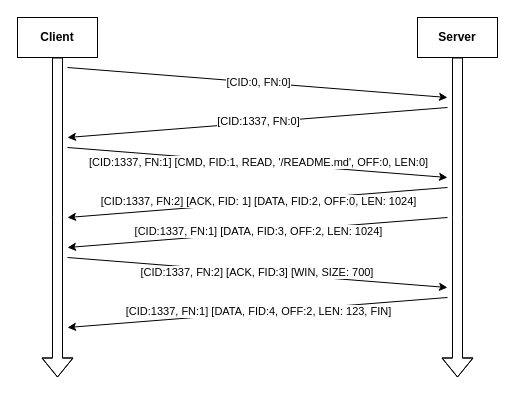
Before: page "Example" (2 of 2) of rft.drawio in gierens/rft, a draw.io diagram. Source tidied: cells renumbered, new cells numbered last; positions are measured from the earlier drawing's top-left corner, leaving out a move shared by most shapes. Both pictures are drawn from the tidied source at 100%, with x=0, y=0 at pixel (17, 17).
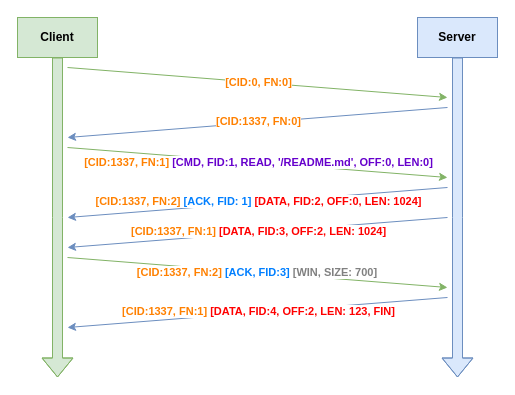
After the change.

Commit message:
feat(drawio): colorize example slide

The edit, as a diff of the source:
```diff
@@
-    <mxCell id="2" style="edgeStyle=orthogonalEdgeStyle;rounded=0;jettySize=auto;html=1;shape=flexArrow;" parent="1" edge="1" source="3">
+    <mxCell id="2" style="edgeStyle=orthogonalEdgeStyle;rounded=0;jettySize=auto;html=1;shape=flexArrow;fillColor=#d5e8d4;strokeColor=#82b366;" parent="1" edge="1" source="3">
       <mxGeometry relative="1" as="geometry">
         <mxPoint x="40" y="360" as="targetPoint" />
       </mxGeometry>
     </mxCell>
-    <mxCell id="3" value="&lt;b&gt;Client&lt;/b&gt;" style="rounded=0;whiteSpace=wrap;html=1;" parent="1" vertex="1">
+    <mxCell id="3" value="&lt;b&gt;Client&lt;/b&gt;" style="rounded=0;whiteSpace=wrap;html=1;fillColor=#d5e8d4;strokeColor=#82b366;" parent="1" vertex="1">
       <mxGeometry width="80" height="40" as="geometry" />
     </mxCell>
-    <mxCell id="4" style="edgeStyle=orthogonalEdgeStyle;rounded=0;jettySize=auto;html=1;shape=flexArrow;" parent="1" edge="1" source="5">
+    <mxCell id="4" style="edgeStyle=orthogonalEdgeStyle;rounded=0;jettySize=auto;html=1;shape=flexArrow;fillColor=#dae8fc;strokeColor=#6c8ebf;" parent="1" edge="1" source="5">
       <mxGeometry relative="1" as="geometry">
         <mxPoint x="440" y="360" as="targetPoint" />
       </mxGeometry>
     </mxCell>
-    <mxCell id="5" value="&lt;b&gt;Server&lt;/b&gt;" style="rounded=0;whiteSpace=wrap;html=1;" parent="1" vertex="1">
+    <mxCell id="5" value="&lt;b&gt;Server&lt;/b&gt;" style="rounded=0;whiteSpace=wrap;html=1;fillColor=#dae8fc;strokeColor=#6c8ebf;" parent="1" vertex="1">
       <mxGeometry x="400" width="80" height="40" as="geometry" />
     </mxCell>
-    <mxCell id="6" style="endArrow=classic;html=1;rounded=0;" parent="1" edge="1">
+    <mxCell id="6" style="endArrow=classic;html=1;rounded=0;fillColor=#d5e8d4;strokeColor=#82b366;" parent="1" edge="1">
       <mxGeometry relative="1" as="geometry">
         <mxPoint x="50" y="50" as="sourcePoint" />
         <mxPoint x="430" y="80" as="targetPoint" />
       </mxGeometry>
     </mxCell>
-    <mxCell id="7" value="[CID:0, FN:0]" style="edgeLabel;html=1;align=center;verticalAlign=middle;" parent="6" vertex="1">
+    <mxCell id="7" value="&lt;font color=&quot;#ff8000&quot;&gt;&lt;b&gt;[CID:0, FN:0]&lt;/b&gt;&lt;/font&gt;" style="edgeLabel;html=1;align=center;verticalAlign=middle;" parent="6" vertex="1">
       <mxGeometry y="1" relative="1" as="geometry" />
     </mxCell>
-    <mxCell id="8" style="endArrow=none;html=1;rounded=0;startArrow=classic;startFill=1;endFill=0;" parent="1" edge="1">
+    <mxCell id="8" style="endArrow=none;html=1;rounded=0;startArrow=classic;startFill=1;endFill=0;fillColor=#dae8fc;strokeColor=#6c8ebf;" parent="1" edge="1">
       <mxGeometry relative="1" as="geometry">
         <mxPoint x="50" y="120" as="sourcePoint" />
         <mxPoint x="430" y="90" as="targetPoint" />
       </mxGeometry>
     </mxCell>
-    <mxCell id="9" value="[CID:1337, FN:0]" style="edgeLabel;html=1;align=center;verticalAlign=middle;" parent="8" vertex="1">
+    <mxCell id="9" value="&lt;font color=&quot;#ff8000&quot;&gt;&lt;b&gt;[CID:1337, FN:0]&lt;/b&gt;&lt;/font&gt;" style="edgeLabel;html=1;align=center;verticalAlign=middle;" parent="8" vertex="1">
       <mxGeometry y="1" relative="1" as="geometry" />
     </mxCell>
-    <mxCell id="10" style="endArrow=classic;html=1;rounded=0;" parent="1" edge="1">
+    <mxCell id="10" style="endArrow=classic;html=1;rounded=0;fillColor=#d5e8d4;strokeColor=#82b366;" parent="1" edge="1">
       <mxGeometry relative="1" as="geometry">
         <mxPoint x="50" y="130" as="sourcePoint" />
         <mxPoint x="430" y="160" as="targetPoint" />
       </mxGeometry>
     </mxCell>
-    <mxCell id="11" value="[CID:1337, FN:1] [CMD, FID:1, READ, '/README.md', OFF:0, LEN:0]" style="edgeLabel;html=1;align=center;verticalAlign=middle;" parent="10" vertex="1">
+    <mxCell id="11" value="&lt;b&gt;&lt;font color=&quot;#ff8000&quot;&gt;[CID:1337, FN:1]&lt;/font&gt; &lt;font color=&quot;#6600cc&quot;&gt;[CMD, FID:1, READ, '/README.md', OFF:0, LEN:0]&lt;/font&gt;&lt;/b&gt;" style="edgeLabel;html=1;align=center;verticalAlign=middle;" parent="10" vertex="1">
       <mxGeometry y="1" relative="1" as="geometry" />
     </mxCell>
-    <mxCell id="12" style="endArrow=none;html=1;rounded=0;startArrow=classic;startFill=1;endFill=0;" parent="1" edge="1">
+    <mxCell id="12" style="endArrow=none;html=1;rounded=0;startArrow=classic;startFill=1;endFill=0;fillColor=#dae8fc;strokeColor=#6c8ebf;" parent="1" edge="1">
       <mxGeometry relative="1" as="geometry">
         <mxPoint x="50" y="200" as="sourcePoint" />
         <mxPoint x="430" y="170" as="targetPoint" />
       </mxGeometry>
     </mxCell>
-    <mxCell id="13" value="[CID:1337, FN:2] [ACK, FID: 1] [DATA, FID:2, OFF:0, LEN: 1024]" style="edgeLabel;html=1;align=center;verticalAlign=middle;" parent="12" vertex="1">
+    <mxCell id="13" value="&lt;b&gt;&lt;font color=&quot;#ff8000&quot;&gt;[CID:1337, FN:2]&lt;/font&gt; &lt;font color=&quot;#007fff&quot;&gt;[ACK, FID: 1]&lt;/font&gt; &lt;font color=&quot;#ff0000&quot;&gt;[DATA, FID:2, OFF:0, LEN: 1024]&lt;/font&gt;&lt;/b&gt;" style="edgeLabel;html=1;align=center;verticalAlign=middle;" parent="12" vertex="1">
       <mxGeometry y="1" relative="1" as="geometry" />
     </mxCell>
-    <mxCell id="14" style="endArrow=none;html=1;rounded=0;startArrow=classic;startFill=1;endFill=0;" parent="1" edge="1">
+    <mxCell id="14" style="endArrow=none;html=1;rounded=0;startArrow=classic;startFill=1;endFill=0;fillColor=#dae8fc;strokeColor=#6c8ebf;" parent="1" edge="1">
       <mxGeometry relative="1" as="geometry">
         <mxPoint x="50" y="230" as="sourcePoint" />
         <mxPoint x="430" y="200" as="targetPoint" />
       </mxGeometry>
     </mxCell>
-    <mxCell id="15" value="[CID:1337, FN:1] [DATA, FID:3, OFF:2, LEN: 1024]" style="edgeLabel;html=1;align=center;verticalAlign=middle;" parent="14" vertex="1">
+    <mxCell id="15" value="&lt;b&gt;&lt;font color=&quot;#ff8000&quot;&gt;[CID:1337, FN:1]&lt;/font&gt; &lt;font color=&quot;#ff0000&quot;&gt;[DATA, FID:3, OFF:2, LEN: 1024]&lt;/font&gt;&lt;/b&gt;" style="edgeLabel;html=1;align=center;verticalAlign=middle;" parent="14" vertex="1">
       <mxGeometry y="1" relative="1" as="geometry" />
     </mxCell>
-    <mxCell id="16" style="endArrow=classic;html=1;rounded=0;" parent="1" edge="1">
+    <mxCell id="16" style="endArrow=classic;html=1;rounded=0;fillColor=#d5e8d4;strokeColor=#82b366;" parent="1" edge="1">
       <mxGeometry relative="1" as="geometry">
         <mxPoint x="50" y="240" as="sourcePoint" />
         <mxPoint x="430" y="270" as="targetPoint" />
       </mxGeometry>
     </mxCell>
-    <mxCell id="17" value="[CID:1337, FN:2] [ACK, FID:3] [WIN, SIZE: 700]&amp;nbsp;" style="edgeLabel;html=1;align=center;verticalAlign=middle;" parent="16" vertex="1">
+    <mxCell id="17" value="&lt;b&gt;&lt;font color=&quot;#ff8000&quot;&gt;[CID:1337, FN:2]&lt;/font&gt; &lt;font color=&quot;#007fff&quot;&gt;[ACK, FID:3]&lt;/font&gt;&lt;font color=&quot;#808080&quot;&gt; [WIN, SIZE: 700]&amp;nbsp;&lt;/font&gt;&lt;/b&gt;" style="edgeLabel;html=1;align=center;verticalAlign=middle;" parent="16" vertex="1">
       <mxGeometry y="1" relative="1" as="geometry" />
     </mxCell>
-    <mxCell id="18" style="endArrow=none;html=1;rounded=0;startArrow=classic;startFill=1;endFill=0;" parent="1" edge="1">
+    <mxCell id="18" style="endArrow=none;html=1;rounded=0;startArrow=classic;startFill=1;endFill=0;fillColor=#dae8fc;strokeColor=#6c8ebf;" parent="1" edge="1">
       <mxGeometry relative="1" as="geometry">
         <mxPoint x="50" y="310" as="sourcePoint" />
         <mxPoint x="430" y="280" as="targetPoint" />
       </mxGeometry>
     </mxCell>
-    <mxCell id="19" value="[CID:1337, FN:1] [DATA, FID:4, OFF:2, LEN: 123, FIN]" style="edgeLabel;html=1;align=center;verticalAlign=middle;" parent="18" vertex="1">
+    <mxCell id="19" value="&lt;b&gt;&lt;font color=&quot;#ff8000&quot;&gt;[CID:1337, FN:1]&lt;/font&gt; &lt;font color=&quot;#ff0000&quot;&gt;[DATA, FID:4, OFF:2, LEN: 123, FIN]&lt;/font&gt;&lt;/b&gt;" style="edgeLabel;html=1;align=center;verticalAlign=middle;" parent="18" vertex="1">
       <mxGeometry y="1" relative="1" as="geometry" />
     </mxCell>
```
